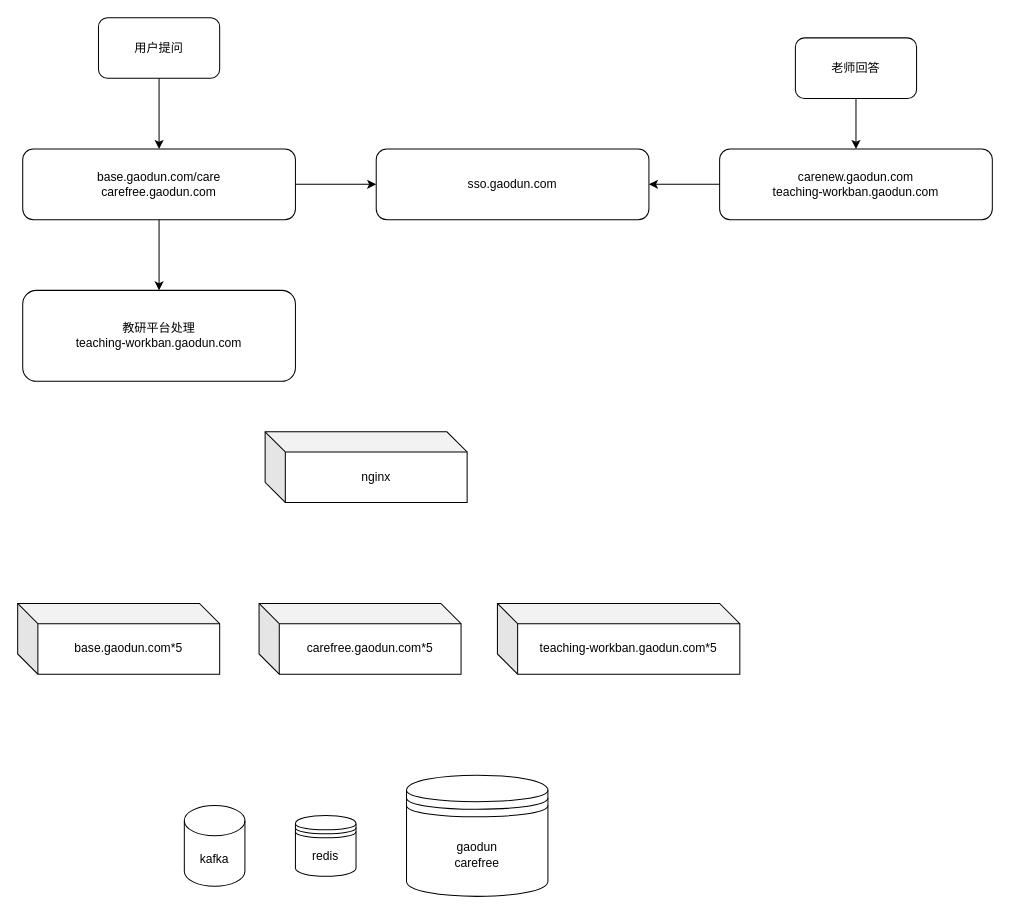
Above: 教研.drawio in lxp521125/pic (draw.io), before the change. Source tidied: cells renumbered, new cells numbered last; positions are measured from the earlier drawing's top-left corner, leaving out a move shared by most shapes. Both pictures are drawn from the tidied source at 101%, with x=0, y=0 at pixel (17, 17).
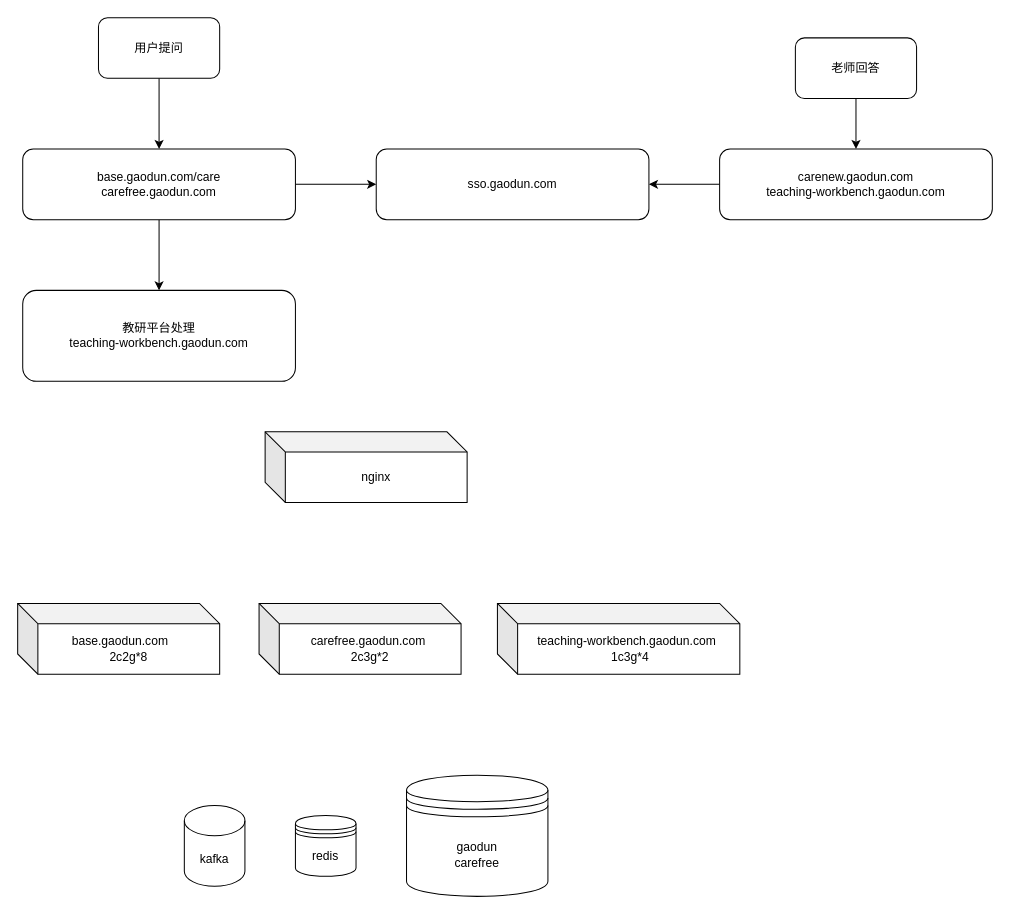
Above is the later version.

The edit, as a diff of the source:
```diff
@@
 <mxGraphModel>
   <root>
     <mxCell id="0" />
     <mxCell id="1" parent="0" />
     <mxCell id="2" style="edgeStyle=orthogonalEdgeStyle;rounded=0;jettySize=auto;html=1;" parent="1" edge="1" source="3" target="6">
       <mxGeometry relative="1" as="geometry" />
     </mxCell>
     <mxCell id="3" value="用户提问" style="rounded=1;whiteSpace=wrap;html=1;" parent="1" vertex="1">
       <mxGeometry x="80" width="120" height="60" as="geometry" />
     </mxCell>
     <mxCell id="4" style="edgeStyle=orthogonalEdgeStyle;rounded=0;jettySize=auto;html=1;" parent="1" edge="1" source="6" target="7">
       <mxGeometry relative="1" as="geometry" />
     </mxCell>
     <mxCell id="5" style="edgeStyle=orthogonalEdgeStyle;rounded=0;jettySize=auto;html=1;" parent="1" edge="1" source="6" target="12">
       <mxGeometry relative="1" as="geometry" />
     </mxCell>
     <mxCell id="6" value="base.gaodun.com/care&lt;br&gt;carefree.gaodun.com" style="rounded=1;whiteSpace=wrap;html=1;" parent="1" vertex="1">
       <mxGeometry x="5" y="130" width="270" height="70" as="geometry" />
     </mxCell>
-    <mxCell id="7" value="教研平台处理&lt;br&gt;teaching-workban.gaodun.com" style="rounded=1;whiteSpace=wrap;html=1;" parent="1" vertex="1">
+    <mxCell id="7" value="教研平台处理&lt;br&gt;teaching-workbench.gaodun.com" style="rounded=1;whiteSpace=wrap;html=1;" parent="1" vertex="1">
       <mxGeometry x="5" y="270" width="270" height="90" as="geometry" />
     </mxCell>
     <mxCell id="8" style="edgeStyle=orthogonalEdgeStyle;rounded=0;jettySize=auto;html=1;" parent="1" edge="1" source="9" target="11">
       <mxGeometry relative="1" as="geometry" />
     </mxCell>
     <mxCell id="9" value="老师回答" style="rounded=1;whiteSpace=wrap;html=1;" parent="1" vertex="1">
       <mxGeometry x="770" y="20" width="120" height="60" as="geometry" />
     </mxCell>
     <mxCell id="10" style="edgeStyle=orthogonalEdgeStyle;rounded=0;jettySize=auto;html=1;entryX=1;entryY=0.5;entryDx=0;entryDy=0;" parent="1" edge="1" source="11" target="12">
       <mxGeometry relative="1" as="geometry" />
     </mxCell>
-    <mxCell id="11" value="carenew.gaodun.com&lt;br&gt;teaching-workban.gaodun.com" style="rounded=1;whiteSpace=wrap;html=1;" parent="1" vertex="1">
+    <mxCell id="11" value="carenew.gaodun.com&lt;br&gt;teaching-workbench.gaodun.com" style="rounded=1;whiteSpace=wrap;html=1;" parent="1" vertex="1">
       <mxGeometry x="695" y="130" width="270" height="70" as="geometry" />
     </mxCell>
     <mxCell id="12" value="sso.gaodun.com" style="rounded=1;whiteSpace=wrap;html=1;" parent="1" vertex="1">
       <mxGeometry x="355" y="130" width="270" height="70" as="geometry" />
     </mxCell>
     <mxCell id="13" value="gaodun&lt;br&gt;carefree" style="shape=datastore;whiteSpace=wrap;html=1;" parent="1" vertex="1">
       <mxGeometry x="385" y="750" width="140" height="120" as="geometry" />
     </mxCell>
     <mxCell id="14" value="redis" style="shape=datastore;whiteSpace=wrap;html=1;" parent="1" vertex="1">
       <mxGeometry x="275" y="790" width="60" height="60" as="geometry" />
     </mxCell>
     <mxCell id="15" value="kafka" style="shape=cylinder3;whiteSpace=wrap;html=1;boundedLbl=1;backgroundOutline=1;size=15;" parent="1" vertex="1">
       <mxGeometry x="165" y="780" width="60" height="80" as="geometry" />
     </mxCell>
-    <mxCell id="16" value="base.gaodun.com*5" style="shape=cube;whiteSpace=wrap;html=1;boundedLbl=1;backgroundOutline=1;darkOpacity=0.05;darkOpacity2=0.1;" parent="1" vertex="1">
+    <mxCell id="16" value="base.gaodun.com&amp;nbsp; &amp;nbsp; &amp;nbsp;&lt;br&gt;2c2g*8" style="shape=cube;whiteSpace=wrap;html=1;boundedLbl=1;backgroundOutline=1;darkOpacity=0.05;darkOpacity2=0.1;" parent="1" vertex="1">
       <mxGeometry y="580" width="200" height="70" as="geometry" />
     </mxCell>
     <mxCell id="17" value="nginx" style="shape=cube;whiteSpace=wrap;html=1;boundedLbl=1;backgroundOutline=1;darkOpacity=0.05;darkOpacity2=0.1;" parent="1" vertex="1">
       <mxGeometry x="245" y="410" width="200" height="70" as="geometry" />
     </mxCell>
-    <mxCell id="18" value="carefree.gaodun.com*5" style="shape=cube;whiteSpace=wrap;html=1;boundedLbl=1;backgroundOutline=1;darkOpacity=0.05;darkOpacity2=0.1;" parent="1" vertex="1">
+    <mxCell id="18" value="carefree.gaodun.com&amp;nbsp; &lt;br&gt;2c3g*2" style="shape=cube;whiteSpace=wrap;html=1;boundedLbl=1;backgroundOutline=1;darkOpacity=0.05;darkOpacity2=0.1;" parent="1" vertex="1">
       <mxGeometry x="239" y="580" width="200" height="70" as="geometry" />
     </mxCell>
-    <mxCell id="19" value="teaching-workban.gaodun.com*5" style="shape=cube;whiteSpace=wrap;html=1;boundedLbl=1;backgroundOutline=1;darkOpacity=0.05;darkOpacity2=0.1;" parent="1" vertex="1">
+    <mxCell id="19" value="teaching-workbench.gaodun.com&amp;nbsp; &amp;nbsp;1c3g*4" style="shape=cube;whiteSpace=wrap;html=1;boundedLbl=1;backgroundOutline=1;darkOpacity=0.05;darkOpacity2=0.1;" parent="1" vertex="1">
       <mxGeometry x="475" y="580" width="240" height="70" as="geometry" />
     </mxCell>
   </root>
 </mxGraphModel>
```
